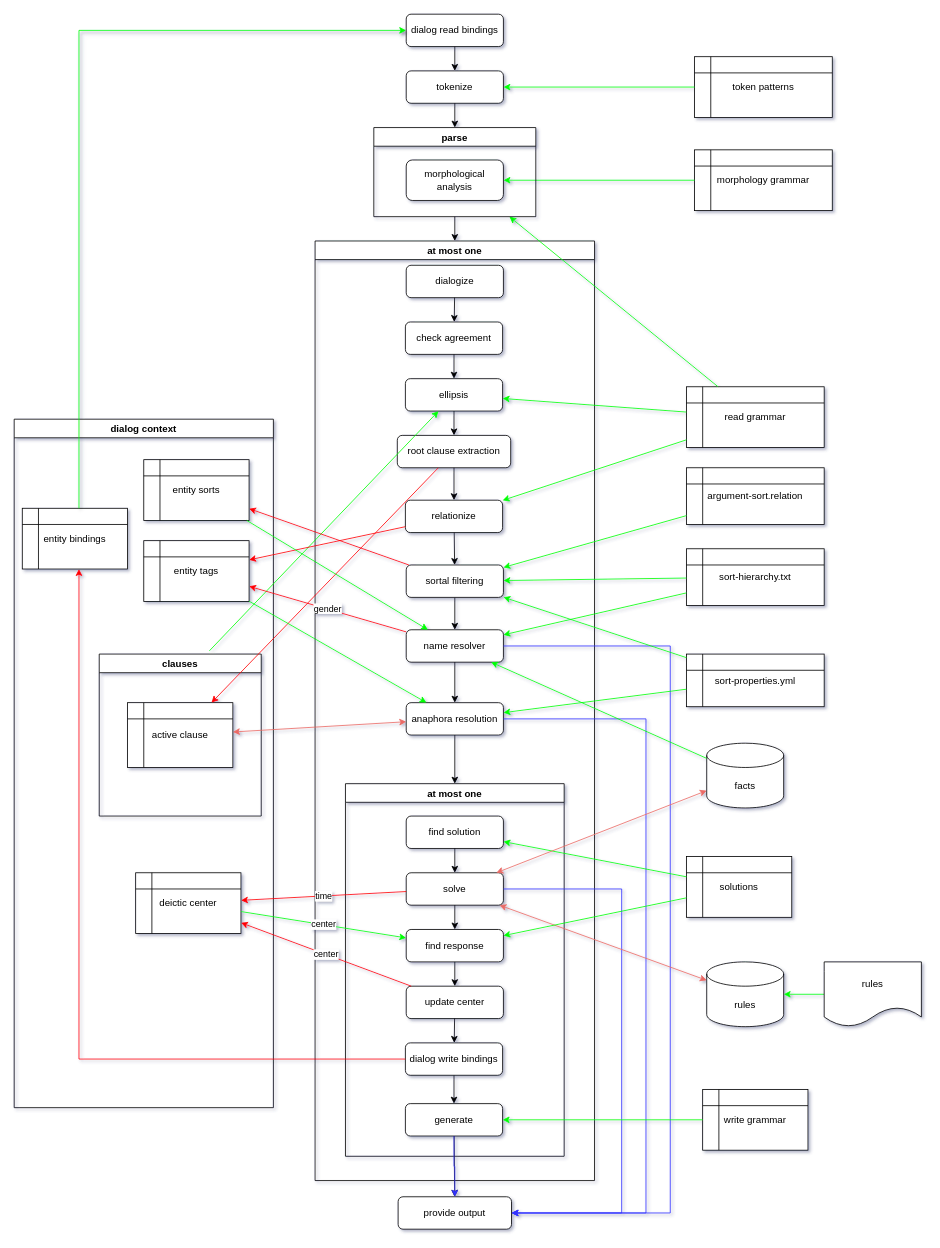
garfix/nli-go keeps this draw.io diagram as doc/diagram/system1.drawio. Above is the earlier version. Source tidied: cells renumbered, new cells numbered last; positions are measured from the earlier drawing's top-left corner, leaving out a move shared by most shapes. Both pictures are drawn from the tidied source at 81%, with x=0, y=0 at pixel (14, 14).
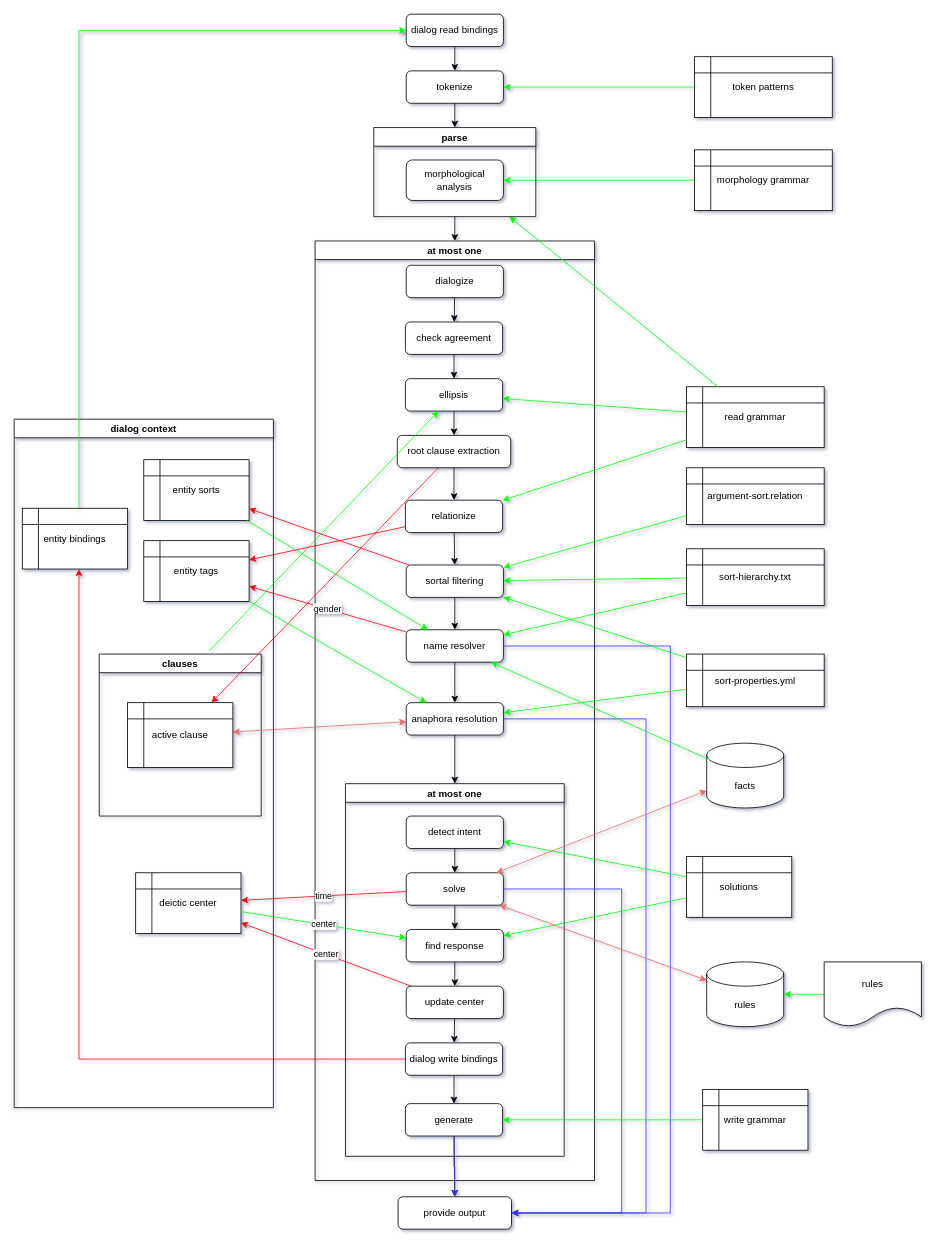
The same diagram, later.

Commit message (it also covers changes not shown here):
solution -> intent

The change refers to these unchanged cells:
```xml
<mxCell id="10" value="at most one" style="swimlane;" parent="4" vertex="1">
  <mxGeometry x="37.5" y="670" width="270" height="460" as="geometry" />
</mxCell>
```

What changed in the source:
```diff
@@
-    <mxCell id="11" value="find solution" style="rounded=1;whiteSpace=wrap;html=1;" parent="10" vertex="1">
+    <mxCell id="11" value="detect intent" style="rounded=1;whiteSpace=wrap;html=1;" parent="10" vertex="1">
       <mxGeometry x="75" y="40" width="120" height="40" as="geometry" />
     </mxCell>
```
